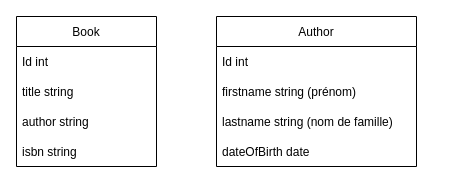
ArnRso/formation_campus_lac keeps this draw.io diagram as UML.drawio. Above is the earlier version. Source tidied: cells renumbered, new cells numbered last; positions are measured from the earlier drawing's top-left corner, leaving out a move shared by most shapes. Both pictures are drawn from the tidied source at 100%, with x=0, y=0 at pixel (16, 16).
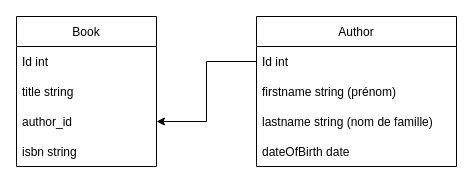
Above is the later version.

Change to the diagram source:
```diff
@@
 <mxGraphModel>
   <root>
     <mxCell id="0" />
     <mxCell id="1" parent="0" />
     <mxCell id="2" value="Book" style="swimlane;fontStyle=0;horizontal=1;startSize=30;" parent="1" vertex="1">
       <mxGeometry width="140" height="150" as="geometry" />
     </mxCell>
     <mxCell id="3" value="Id int" style="text;strokeColor=none;fillColor=none;align=left;verticalAlign=middle;spacingLeft=4;spacingRight=4;overflow=hidden;" parent="2" vertex="1">
       <mxGeometry y="30" width="140" height="30" as="geometry" />
     </mxCell>
     <mxCell id="4" value="title string" style="text;strokeColor=none;fillColor=none;align=left;verticalAlign=middle;spacingLeft=4;spacingRight=4;overflow=hidden;" parent="2" vertex="1">
       <mxGeometry y="60" width="140" height="30" as="geometry" />
     </mxCell>
-    <mxCell id="5" value="author string" style="text;strokeColor=none;fillColor=none;align=left;verticalAlign=middle;spacingLeft=4;spacingRight=4;overflow=hidden;points=[[0,0.5],[1,0.5]];portConstraint=eastwest;" parent="2" vertex="1">
+    <mxCell id="5" value="author_id" style="text;strokeColor=none;fillColor=none;align=left;verticalAlign=middle;spacingLeft=4;spacingRight=4;overflow=hidden;points=[[0,0.5],[1,0.5]];portConstraint=eastwest;" parent="2" vertex="1">
       <mxGeometry y="90" width="140" height="30" as="geometry" />
     </mxCell>
     <mxCell id="6" value="isbn string" style="text;strokeColor=none;fillColor=none;align=left;verticalAlign=middle;spacingLeft=4;spacingRight=4;overflow=hidden;" parent="2" vertex="1">
       <mxGeometry y="120" width="140" height="30" as="geometry" />
     </mxCell>
     <mxCell id="7" value="Author" style="swimlane;fontStyle=0;horizontal=1;startSize=30;" parent="1" vertex="1">
-      <mxGeometry x="200" width="200" height="150" as="geometry" />
+      <mxGeometry x="240" width="200" height="150" as="geometry" />
     </mxCell>
     <mxCell id="8" value="Id int" style="text;strokeColor=none;fillColor=none;align=left;verticalAlign=middle;spacingLeft=4;spacingRight=4;overflow=hidden;points=[[0,0.5],[1,0.5]];portConstraint=eastwest;" parent="7" vertex="1">
       <mxGeometry y="30" width="200" height="30" as="geometry" />
     </mxCell>
     <mxCell id="9" value="firstname string (prénom)" style="text;strokeColor=none;fillColor=none;align=left;verticalAlign=middle;spacingLeft=4;spacingRight=4;overflow=hidden;" parent="7" vertex="1">
       <mxGeometry y="60" width="200" height="30" as="geometry" />
     </mxCell>
     <mxCell id="10" value="lastname string (nom de famille)" style="text;strokeColor=none;fillColor=none;align=left;verticalAlign=middle;spacingLeft=4;spacingRight=4;overflow=hidden;" parent="7" vertex="1">
       <mxGeometry y="90" width="200" height="30" as="geometry" />
     </mxCell>
     <mxCell id="11" value="dateOfBirth date" style="text;strokeColor=none;fillColor=none;align=left;verticalAlign=middle;spacingLeft=4;spacingRight=4;overflow=hidden;" parent="7" vertex="1">
       <mxGeometry y="120" width="200" height="30" as="geometry" />
     </mxCell>
+    <mxCell id="12" style="edgeStyle=orthogonalEdgeStyle;rounded=0;jettySize=auto;html=1;" parent="1" edge="1" source="8" target="5">
+      <mxGeometry relative="1" as="geometry" />
+    </mxCell>
   </root>
 </mxGraphModel>
```
